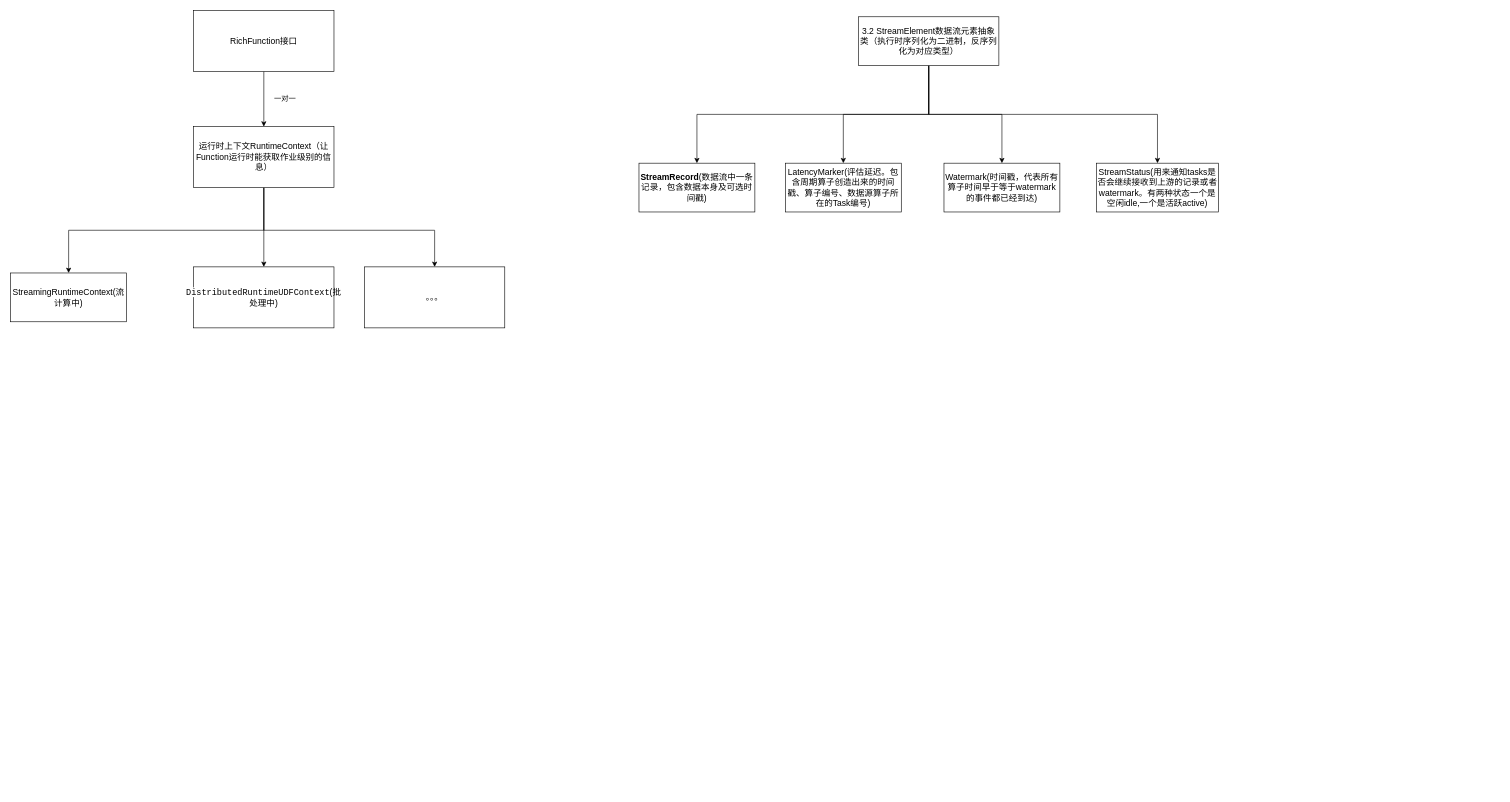
This is 第三章 Flink核心抽象.drawio from kimi-sxh/process_pic, a draw.io file, before an edit. Source tidied: cells renumbered, new cells numbered last; positions are measured from the earlier drawing's top-left corner, leaving out a move shared by most shapes. Both pictures are drawn from the tidied source at 61%, with x=0, y=0 at pixel (10, 10).
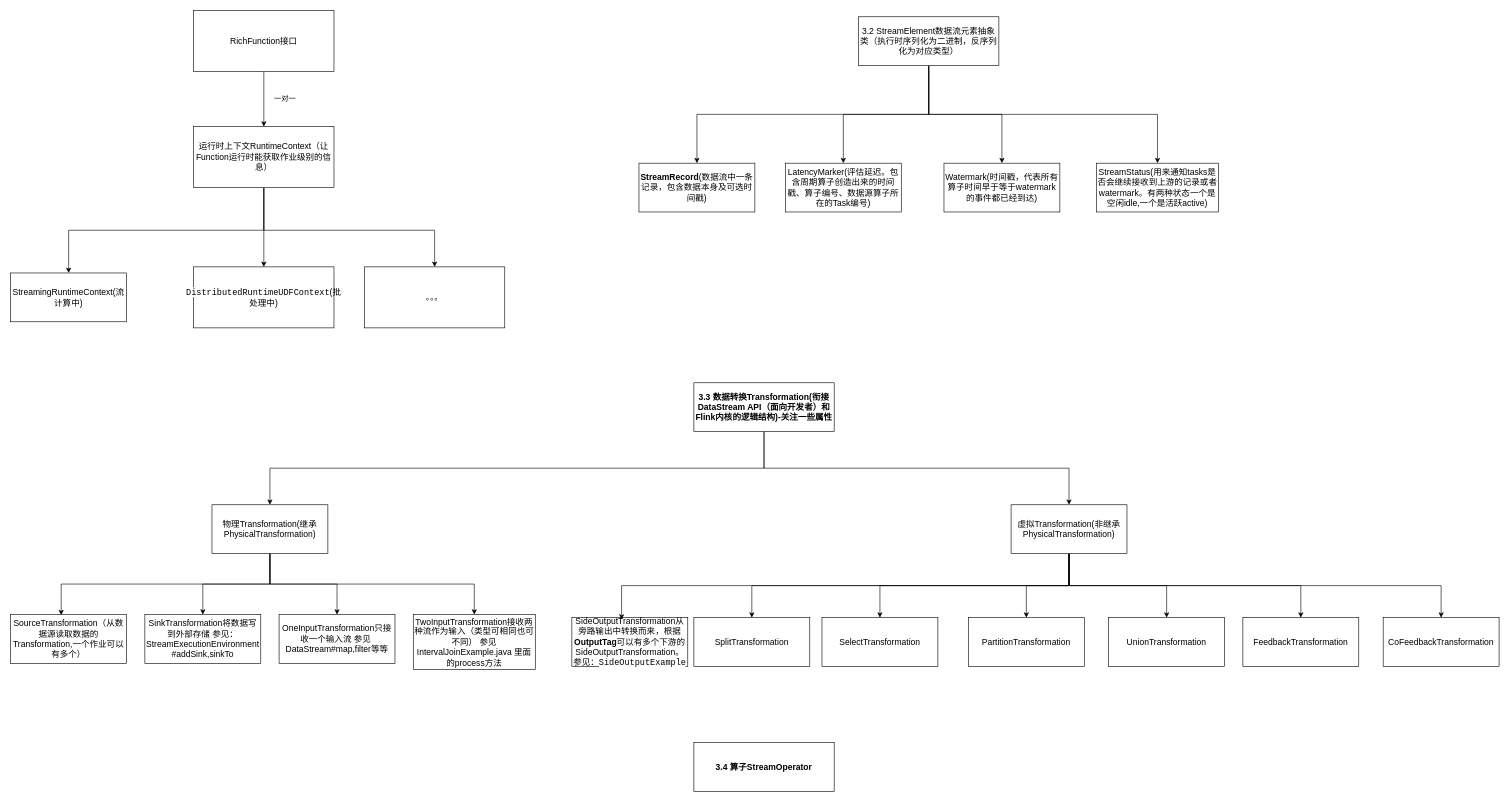
The same diagram, later.

Commit message:
更新第三章 Flink核心抽象.drawio

The edit, as a diff of the source:
```diff
@@
+    <mxCell id="21" style="edgeStyle=orthogonalEdgeStyle;rounded=0;jettySize=auto;html=1;exitX=0.5;exitY=1;exitDx=0;exitDy=0;entryX=0.5;entryY=0;entryDx=0;entryDy=0;" parent="1" edge="1" source="23" target="27">
+      <mxGeometry relative="1" as="geometry" />
+    </mxCell>
+    <mxCell id="22" style="edgeStyle=orthogonalEdgeStyle;rounded=0;jettySize=auto;html=1;exitX=0.5;exitY=1;exitDx=0;exitDy=0;" parent="1" edge="1" source="23" target="34">
+      <mxGeometry relative="1" as="geometry" />
+    </mxCell>
+    <mxCell id="23" value="&lt;font style=&quot;&quot;&gt;&lt;b style=&quot;font-size: 14px;&quot;&gt;3.3 数据转换Transformation(&lt;/b&gt;&lt;span style=&quot;font-size: 14px;&quot;&gt;&lt;b&gt;衔接DataStream API（面向开发者）和Flink内核的逻辑结构&lt;/b&gt;&lt;/span&gt;&lt;b style=&quot;font-size: 14px;&quot;&gt;)-关注一些属性&lt;/b&gt;&lt;/font&gt;" style="rounded=0;whiteSpace=wrap;html=1;" parent="1" vertex="1">
+      <mxGeometry x="1120" y="610" width="230" height="80" as="geometry" />
+    </mxCell>
+    <mxCell id="24" style="edgeStyle=orthogonalEdgeStyle;rounded=0;jettySize=auto;html=1;exitX=0.5;exitY=1;exitDx=0;exitDy=0;" parent="1" edge="1" source="27" target="36">
+      <mxGeometry relative="1" as="geometry" />
+    </mxCell>
+    <mxCell id="25" style="edgeStyle=orthogonalEdgeStyle;rounded=0;jettySize=auto;html=1;exitX=0.5;exitY=1;exitDx=0;exitDy=0;" parent="1" edge="1" source="27" target="37">
+      <mxGeometry relative="1" as="geometry" />
+    </mxCell>
+    <mxCell id="26" style="edgeStyle=orthogonalEdgeStyle;rounded=0;jettySize=auto;html=1;exitX=0.5;exitY=1;exitDx=0;exitDy=0;entryX=0.5;entryY=0;entryDx=0;entryDy=0;" parent="1" edge="1" source="27" target="38">
+      <mxGeometry relative="1" as="geometry" />
+    </mxCell>
+    <mxCell id="27" value="&lt;span style=&quot;font-size: 14px;&quot;&gt;物理Transformation(继承PhysicalTransformation)&lt;/span&gt;" style="rounded=0;whiteSpace=wrap;html=1;" parent="1" vertex="1">
+      <mxGeometry x="330" y="810" width="190" height="80" as="geometry" />
+    </mxCell>
+    <mxCell id="28" style="edgeStyle=orthogonalEdgeStyle;rounded=0;jettySize=auto;html=1;exitX=0.5;exitY=1;exitDx=0;exitDy=0;" parent="1" edge="1" source="34" target="42">
+      <mxGeometry relative="1" as="geometry" />
+    </mxCell>
+    <mxCell id="29" style="edgeStyle=orthogonalEdgeStyle;rounded=0;jettySize=auto;html=1;exitX=0.5;exitY=1;exitDx=0;exitDy=0;" parent="1" edge="1" source="34" target="43">
+      <mxGeometry relative="1" as="geometry" />
+    </mxCell>
+    <mxCell id="30" style="edgeStyle=orthogonalEdgeStyle;rounded=0;jettySize=auto;html=1;exitX=0.5;exitY=1;exitDx=0;exitDy=0;entryX=0.5;entryY=0;entryDx=0;entryDy=0;" parent="1" edge="1" source="34" target="44">
+      <mxGeometry relative="1" as="geometry" />
+    </mxCell>
+    <mxCell id="31" style="edgeStyle=orthogonalEdgeStyle;rounded=0;jettySize=auto;html=1;exitX=0.5;exitY=1;exitDx=0;exitDy=0;entryX=0.5;entryY=0;entryDx=0;entryDy=0;" parent="1" edge="1" source="34" target="45">
+      <mxGeometry relative="1" as="geometry" />
+    </mxCell>
+    <mxCell id="32" style="edgeStyle=orthogonalEdgeStyle;rounded=0;jettySize=auto;html=1;exitX=0.5;exitY=1;exitDx=0;exitDy=0;entryX=0.5;entryY=0;entryDx=0;entryDy=0;" parent="1" edge="1" source="34" target="46">
+      <mxGeometry relative="1" as="geometry" />
+    </mxCell>
+    <mxCell id="33" style="edgeStyle=orthogonalEdgeStyle;rounded=0;jettySize=auto;html=1;exitX=0.5;exitY=1;exitDx=0;exitDy=0;entryX=0.5;entryY=0;entryDx=0;entryDy=0;" parent="1" edge="1" source="34" target="47">
+      <mxGeometry relative="1" as="geometry" />
+    </mxCell>
+    <mxCell id="34" value="&lt;span style=&quot;font-size: 14px;&quot;&gt;虚拟Transformation(非继承PhysicalTransformation)&lt;/span&gt;" style="rounded=0;whiteSpace=wrap;html=1;" parent="1" vertex="1">
+      <mxGeometry x="1640" y="810" width="190" height="80" as="geometry" />
+    </mxCell>
+    <mxCell id="35" value="&lt;span style=&quot;font-size: 14px;&quot;&gt;SourceTransformation（从数据源读取数据的Transformation,一个作业可以有多个）&lt;/span&gt;" style="rounded=0;whiteSpace=wrap;html=1;" parent="1" vertex="1">
+      <mxGeometry y="990" width="190" height="80" as="geometry" />
+    </mxCell>
+    <mxCell id="36" value="&lt;span style=&quot;font-size: 14px;&quot;&gt;SinkTransformation将数据写到外部存储 参见： StreamExecutionEnvironment&lt;/span&gt;&lt;div&gt;&lt;span style=&quot;font-size: 14px;&quot;&gt;#addSink,sinkTo&lt;/span&gt;&lt;br&gt;&lt;/div&gt;" style="rounded=0;whiteSpace=wrap;html=1;" parent="1" vertex="1">
+      <mxGeometry x="220" y="990" width="190" height="80" as="geometry" />
+    </mxCell>
+    <mxCell id="37" value="&lt;span style=&quot;font-size: 14px;&quot;&gt;OneInputTransformation只接收一个输入流 参见&amp;nbsp; DataStream#map,filter等等&lt;/span&gt;" style="rounded=0;whiteSpace=wrap;html=1;" parent="1" vertex="1">
+      <mxGeometry x="440" y="990" width="190" height="80" as="geometry" />
+    </mxCell>
+    <mxCell id="38" value="&lt;span style=&quot;font-size: 14px;&quot;&gt;TwoInputTransformation接收两种流作为输入（类型可相同也可不同） 参见IntervalJoinExample.java 里面的process方法&lt;/span&gt;" style="rounded=0;whiteSpace=wrap;html=1;" parent="1" vertex="1">
+      <mxGeometry x="660" y="990" width="200" height="90" as="geometry" />
+    </mxCell>
+    <mxCell id="39" style="edgeStyle=orthogonalEdgeStyle;rounded=0;jettySize=auto;html=1;exitX=0.5;exitY=1;exitDx=0;exitDy=0;entryX=0.436;entryY=0.013;entryDx=0;entryDy=0;entryPerimeter=0;" parent="1" edge="1" source="27" target="35">
+      <mxGeometry relative="1" as="geometry" />
+    </mxCell>
+    <mxCell id="40" value="&lt;span style=&quot;font-size: 14px;&quot;&gt;SideOutputTransformation从旁路输出中转换而来，根据&lt;b&gt;OutputTag&lt;/b&gt;可以有多个下游的SideOutputTransformation。参见：&lt;/span&gt;&lt;span style=&quot;background-color: rgb(255, 255, 255); font-family: &amp;quot;JetBrains Mono&amp;quot;, monospace; font-size: 10.5pt;&quot;&gt;SideOutputExample&lt;/span&gt;" style="rounded=0;whiteSpace=wrap;html=1;" parent="1" vertex="1">
+      <mxGeometry x="920" y="995" width="190" height="80" as="geometry" />
+    </mxCell>
+    <mxCell id="41" style="edgeStyle=orthogonalEdgeStyle;rounded=0;jettySize=auto;html=1;exitX=0.5;exitY=1;exitDx=0;exitDy=0;entryX=0.429;entryY=0.039;entryDx=0;entryDy=0;entryPerimeter=0;" parent="1" edge="1" source="34" target="40">
+      <mxGeometry relative="1" as="geometry" />
+    </mxCell>
+    <mxCell id="42" value="&lt;span style=&quot;font-size: 14px;&quot;&gt;SplitTransformation&lt;/span&gt;" style="rounded=0;whiteSpace=wrap;html=1;" parent="1" vertex="1">
+      <mxGeometry x="1120" y="995" width="190" height="80" as="geometry" />
+    </mxCell>
+    <mxCell id="43" value="&lt;span style=&quot;font-size: 14px;&quot;&gt;SelectTransformation&lt;/span&gt;" style="rounded=0;whiteSpace=wrap;html=1;" parent="1" vertex="1">
+      <mxGeometry x="1330" y="995" width="190" height="80" as="geometry" />
+    </mxCell>
+    <mxCell id="44" value="&lt;span style=&quot;font-size: 14px;&quot;&gt;PartitionTransformation&lt;/span&gt;" style="rounded=0;whiteSpace=wrap;html=1;" parent="1" vertex="1">
+      <mxGeometry x="1570" y="995" width="190" height="80" as="geometry" />
+    </mxCell>
+    <mxCell id="45" value="&lt;span style=&quot;font-size: 14px;&quot;&gt;UnionTransformation&lt;/span&gt;" style="rounded=0;whiteSpace=wrap;html=1;" parent="1" vertex="1">
+      <mxGeometry x="1800" y="995" width="190" height="80" as="geometry" />
+    </mxCell>
+    <mxCell id="46" value="&lt;span style=&quot;font-size: 14px;&quot;&gt;FeedbackTransformation&lt;/span&gt;" style="rounded=0;whiteSpace=wrap;html=1;" parent="1" vertex="1">
+      <mxGeometry x="2020" y="995" width="190" height="80" as="geometry" />
+    </mxCell>
+    <mxCell id="47" value="&lt;span style=&quot;font-size: 14px;&quot;&gt;CoFeedbackTransformation&lt;/span&gt;" style="rounded=0;whiteSpace=wrap;html=1;" parent="1" vertex="1">
+      <mxGeometry x="2250" y="995" width="190" height="80" as="geometry" />
+    </mxCell>
+    <mxCell id="48" value="&lt;font style=&quot;&quot;&gt;&lt;b style=&quot;font-size: 14px;&quot;&gt;3.4 算子StreamOperator&lt;/b&gt;&lt;/font&gt;" style="rounded=0;whiteSpace=wrap;html=1;" parent="1" vertex="1">
+      <mxGeometry x="1120" y="1200" width="230" height="80" as="geometry" />
+    </mxCell>
```
